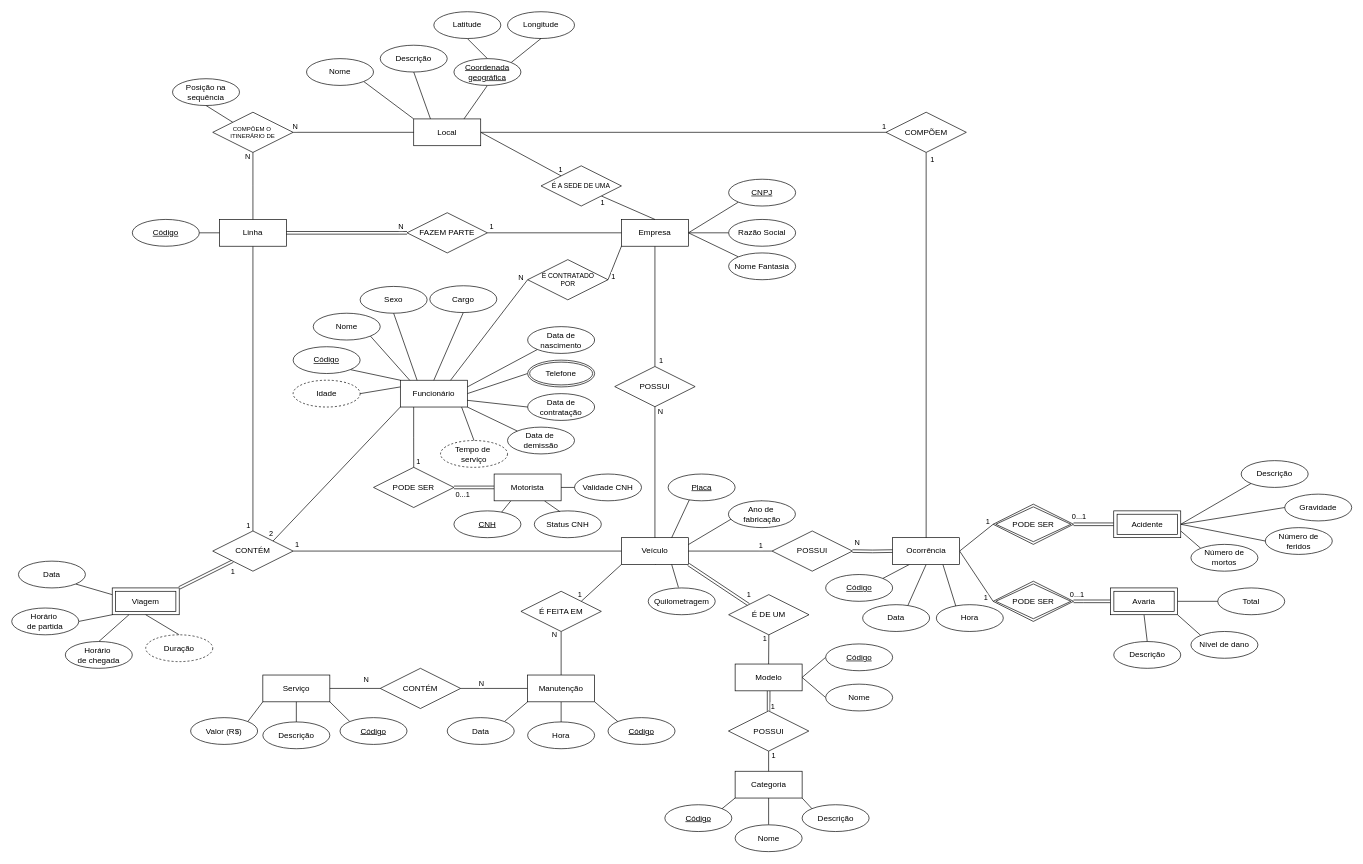
Earlier version of the draw.io diagram drawio/conceptual_model.drawio (gscolombo/Projeto---BD). Source tidied: cells renumbered, new cells numbered last; positions are measured from the earlier drawing's top-left corner, leaving out a move shared by most shapes. Both pictures are drawn from the tidied source at 67%, with x=0, y=0 at pixel (11, 11).
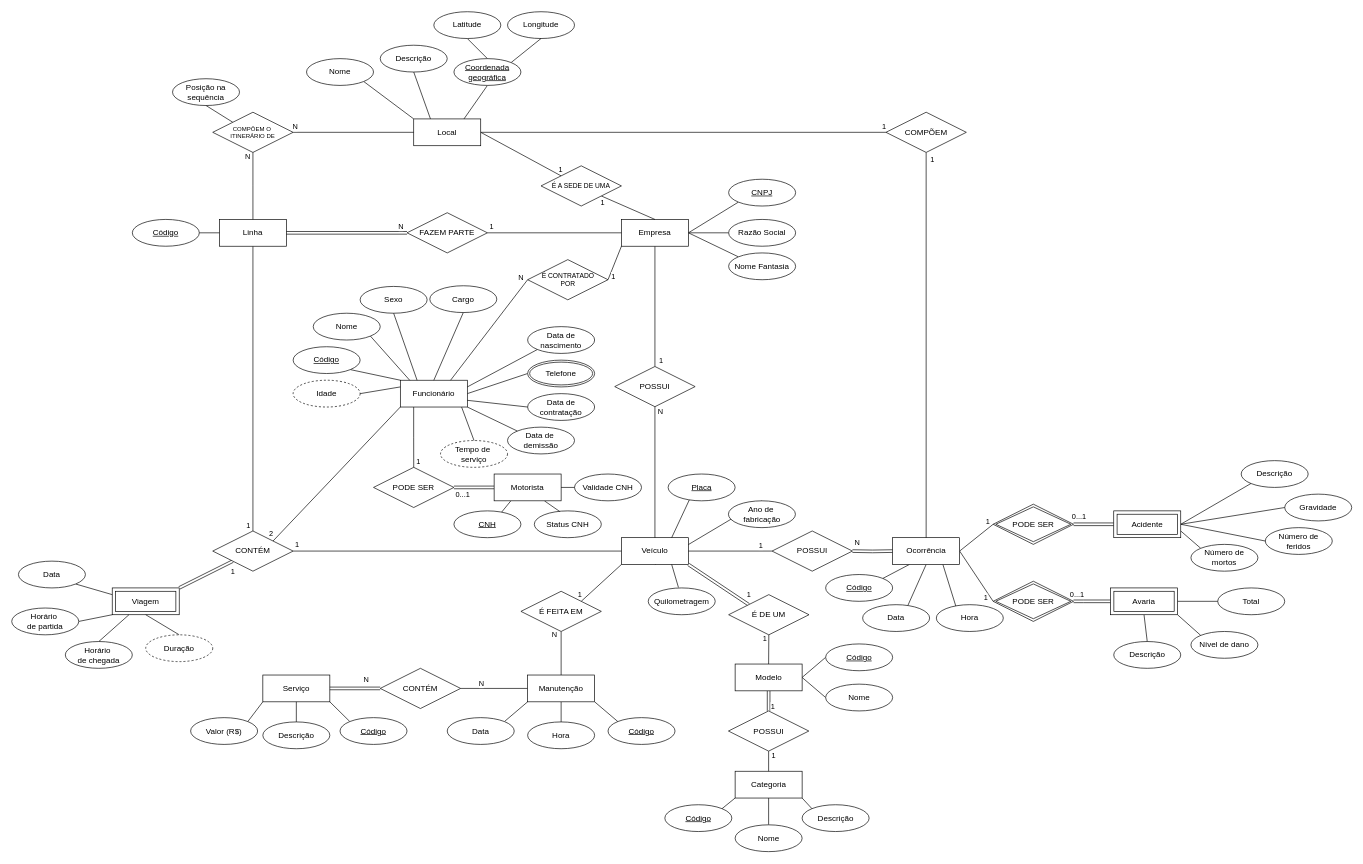
Above is the later version.

Commit message:
Participação total de "Serviço" em relacionamento com "Manutenção"

The change refers to these unchanged cells:
```xml
<mxCell id="151" value="Serviço" style="whiteSpace=wrap;html=1;align=center;" parent="1" vertex="1">
  <mxGeometry x="374.8" y="990" width="100" height="40" as="geometry" />
</mxCell>
<mxCell id="156" value="CONTÉM" style="shape=rhombus;perimeter=rhombusPerimeter;whiteSpace=wrap;html=1;align=center;" parent="1" vertex="1">
  <mxGeometry x="550" y="980" width="120" height="60" as="geometry" />
</mxCell>
```

The edit, as a diff of the source:
```diff
@@
-    <mxCell id="154" style="rounded=0;jettySize=auto;html=1;exitX=0;exitY=0.5;exitDx=0;exitDy=0;entryX=1;entryY=0.5;entryDx=0;entryDy=0;endArrow=none;endFill=0;" parent="1" edge="1" source="156" target="151">
+    <mxCell id="154" style="rounded=0;jettySize=auto;html=1;exitX=0;exitY=0.5;exitDx=0;exitDy=0;entryX=1;entryY=0.5;entryDx=0;entryDy=0;endArrow=none;endFill=0;shape=link;" parent="1" edge="1" source="156" target="151">
       <mxGeometry relative="1" as="geometry" />
     </mxCell>
```
